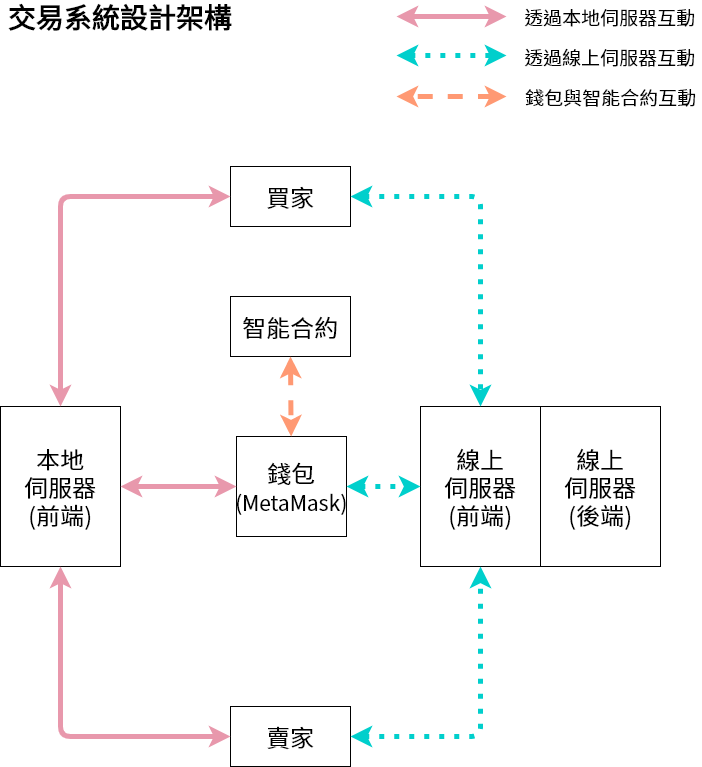
Above: 圖表/csie-SystemDesign.png in LiamHsu22/ShopP2P (draw.io), before the change. Source tidied: cells renumbered, new cells last; positions are measured from the earlier drawing's top-left corner, leaving out a move shared by most shapes.
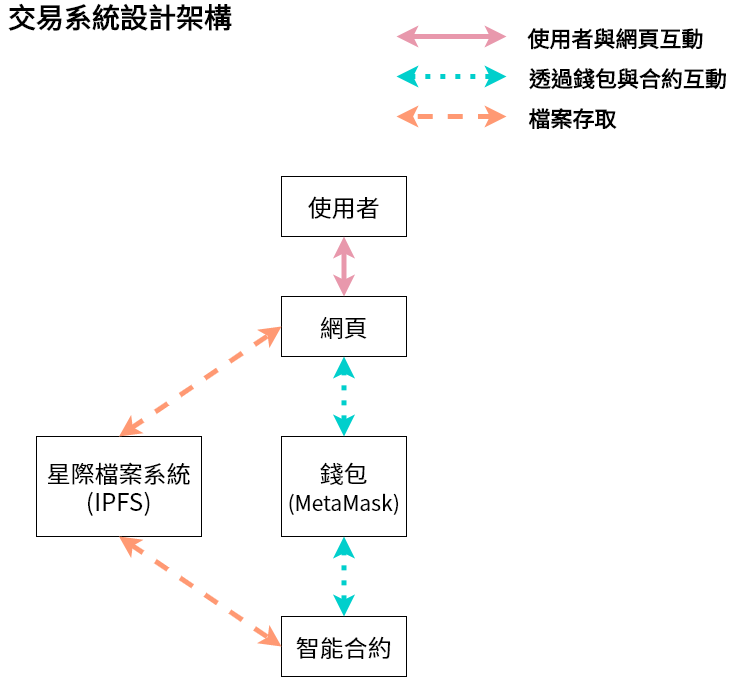
Later version of the same file.

Commit message:
修改報告書，圖片皆有更新

The edit, as a diff of the source:
```diff
@@ -2,96 +2,68 @@
   <root>
     <mxCell id="0" />
     <mxCell id="1" parent="0" />
-    <mxCell id="2" value="買家" style="rounded=0;whiteSpace=wrap;html=1;fontFamily=Noto Sans TC;fontSource=https%3A%2F%2Ffonts.googleapis.com%2Fcss%3Ffamily%3DNoto%2BSans%2BTC;fontSize=24;" parent="1" vertex="1">
-      <mxGeometry x="230" y="160" width="120" height="60" as="geometry" />
-    </mxCell>
-    <mxCell id="3" value="賣家" style="rounded=0;whiteSpace=wrap;html=1;fontFamily=Noto Sans TC;fontSource=https%3A%2F%2Ffonts.googleapis.com%2Fcss%3Ffamily%3DNoto%2BSans%2BTC;fontSize=24;" parent="1" vertex="1">
-      <mxGeometry x="230" y="700" width="120" height="60" as="geometry" />
-    </mxCell>
-    <mxCell id="4" value="本地&lt;br&gt;伺服器&lt;br&gt;(前端)" style="rounded=0;whiteSpace=wrap;html=1;fontFamily=Noto Sans TC;fontSource=https%3A%2F%2Ffonts.googleapis.com%2Fcss%3Ffamily%3DNoto%2BSans%2BTC;fontSize=24;" parent="1" vertex="1">
-      <mxGeometry y="400" width="120" height="160" as="geometry" />
-    </mxCell>
     <mxCell id="5" value="&lt;b&gt;&lt;font style=&quot;font-size: 28px&quot;&gt;交易系統設計架構&lt;/font&gt;&lt;/b&gt;" style="text;html=1;strokeColor=none;fillColor=none;align=center;verticalAlign=middle;whiteSpace=wrap;rounded=0;fontFamily=Noto Sans TC;fontSource=https%3A%2F%2Ffonts.googleapis.com%2Fcss%3Ffamily%3DNoto%2BSans%2BTC;fontSize=24;" parent="1" vertex="1">
       <mxGeometry width="240" height="20" as="geometry" />
     </mxCell>
-    <mxCell id="6" value="線上&lt;br&gt;伺服器&lt;br&gt;(後端)" style="rounded=0;whiteSpace=wrap;html=1;fontFamily=Noto Sans TC;fontSource=https%3A%2F%2Ffonts.googleapis.com%2Fcss%3Ffamily%3DNoto%2BSans%2BTC;fontSize=24;" parent="1" vertex="1">
-      <mxGeometry x="540" y="400" width="120" height="160" as="geometry" />
-    </mxCell>
     <mxCell id="7" value="錢包&lt;br&gt;&lt;font style=&quot;font-size: 21px&quot;&gt;(MetaMask)&lt;/font&gt;" style="rounded=0;whiteSpace=wrap;html=1;fontFamily=Noto Sans TC;fontSource=https%3A%2F%2Ffonts.googleapis.com%2Fcss%3Ffamily%3DNoto%2BSans%2BTC;fontSize=24;" parent="1" vertex="1">
-      <mxGeometry x="236" y="430" width="110" height="100" as="geometry" />
+      <mxGeometry x="281" y="430" width="125" height="100" as="geometry" />
     </mxCell>
-    <mxCell id="8" style="endArrow=classic;startArrow=classic;html=1;fontFamily=Noto Sans TC;fontSource=https%3A%2F%2Ffonts.googleapis.com%2Fcss%3Ffamily%3DNoto%2BSans%2BTC;fontSize=18;exitX=0;exitY=0.5;exitDx=0;exitDy=0;strokeWidth=5;entryX=0.5;entryY=0;entryDx=0;entryDy=0;strokeColor=#e898ac;" parent="1" edge="1" source="2" target="4">
-      <mxGeometry relative="1" as="geometry">
-        <Array as="points">
-          <mxPoint x="60" y="190" />
-        </Array>
-      </mxGeometry>
-    </mxCell>
-    <mxCell id="9" style="endArrow=classic;startArrow=classic;html=1;fontFamily=Noto Sans TC;fontSource=https%3A%2F%2Ffonts.googleapis.com%2Fcss%3Ffamily%3DNoto%2BSans%2BTC;fontSize=18;exitX=0.5;exitY=1;exitDx=0;exitDy=0;entryX=0;entryY=0.5;entryDx=0;entryDy=0;strokeWidth=5;strokeColor=#e898ac;" parent="1" edge="1" source="4" target="3">
-      <mxGeometry relative="1" as="geometry">
-        <Array as="points">
-          <mxPoint x="60" y="730" />
-        </Array>
-      </mxGeometry>
-    </mxCell>
-    <mxCell id="10" style="endArrow=classic;startArrow=classic;html=1;fontFamily=Noto Sans TC;fontSource=https%3A%2F%2Ffonts.googleapis.com%2Fcss%3Ffamily%3DNoto%2BSans%2BTC;fontSize=18;exitX=1;exitY=0.5;exitDx=0;exitDy=0;entryX=0;entryY=0.5;entryDx=0;entryDy=0;strokeWidth=5;strokeColor=#e898ac;" parent="1" edge="1" source="4" target="7">
-      <mxGeometry relative="1" as="geometry" />
-    </mxCell>
     <mxCell id="11" value="智能合約" style="rounded=0;whiteSpace=wrap;html=1;fontFamily=Noto Sans TC;fontSource=https%3A%2F%2Ffonts.googleapis.com%2Fcss%3Ffamily%3DNoto%2BSans%2BTC;fontSize=24;" parent="1" vertex="1">
-      <mxGeometry x="230" y="290" width="120" height="60" as="geometry" />
+      <mxGeometry x="281" y="610" width="125" height="60" as="geometry" />
     </mxCell>
-    <mxCell id="12" style="endArrow=classic;startArrow=classic;html=1;fontFamily=Noto Sans TC;fontSource=https%3A%2F%2Ffonts.googleapis.com%2Fcss%3Ffamily%3DNoto%2BSans%2BTC;fontSize=18;exitX=0.5;exitY=1;exitDx=0;exitDy=0;strokeWidth=5;dashed=1;strokeColor=#ff9973;" parent="1" edge="1" source="11" target="7">
-      <mxGeometry relative="1" as="geometry" />
-    </mxCell>
     <mxCell id="13" style="endArrow=classic;startArrow=classic;html=1;fontFamily=Noto Sans TC;fontSource=https%3A%2F%2Ffonts.googleapis.com%2Fcss%3Ffamily%3DNoto%2BSans%2BTC;fontSize=18;strokeWidth=5;strokeColor=#e898ac;" parent="1" edge="1">
       <mxGeometry relative="1" as="geometry">
-        <mxPoint x="396" y="10" as="sourcePoint" />
-        <mxPoint x="506" y="10" as="targetPoint" />
+        <mxPoint x="396" y="30" as="sourcePoint" />
+        <mxPoint x="506" y="30" as="targetPoint" />
       </mxGeometry>
     </mxCell>
     <mxCell id="14" style="endArrow=classic;startArrow=classic;html=1;fontFamily=Noto Sans TC;fontSource=https%3A%2F%2Ffonts.googleapis.com%2Fcss%3Ffamily%3DNoto%2BSans%2BTC;fontSize=18;strokeWidth=5;dashed=1;dashPattern=1 2;fillColor=#dae8fc;strokeColor=#00cfcc;" parent="1" edge="1">
       <mxGeometry relative="1" as="geometry">
-        <mxPoint x="396" y="49" as="sourcePoint" />
-        <mxPoint x="506" y="49" as="targetPoint" />
+        <mxPoint x="396" y="70" as="sourcePoint" />
+        <mxPoint x="506" y="70" as="targetPoint" />
       </mxGeometry>
     </mxCell>
     <mxCell id="15" style="endArrow=classic;startArrow=classic;html=1;fontFamily=Noto Sans TC;fontSource=https%3A%2F%2Ffonts.googleapis.com%2Fcss%3Ffamily%3DNoto%2BSans%2BTC;fontSize=18;strokeWidth=5;dashed=1;fillColor=#f8cecc;strokeColor=#ff9973;" parent="1" edge="1">
       <mxGeometry relative="1" as="geometry">
-        <mxPoint x="506" y="90" as="sourcePoint" />
-        <mxPoint x="396" y="90" as="targetPoint" />
+        <mxPoint x="506" y="110" as="sourcePoint" />
+        <mxPoint x="396" y="110" as="targetPoint" />
         <Array as="points">
-          <mxPoint x="476" y="90" />
+          <mxPoint x="476" y="110" />
         </Array>
       </mxGeometry>
     </mxCell>
-    <mxCell id="16" value="透過本地伺服器互動" style="text;html=1;strokeColor=none;fillColor=none;align=center;verticalAlign=middle;whiteSpace=wrap;rounded=0;fontFamily=Noto Sans TC;fontSource=https%3A%2F%2Ffonts.googleapis.com%2Fcss%3Ffamily%3DNoto%2BSans%2BTC;fontSize=19;" parent="1" vertex="1">
-      <mxGeometry x="523" width="173" height="20" as="geometry" />
+    <mxCell id="16" value="使用者與網頁互動" style="text;html=1;strokeColor=none;fillColor=none;align=center;verticalAlign=middle;whiteSpace=wrap;rounded=0;fontFamily=Noto Sans TC;fontSource=https%3A%2F%2Ffonts.googleapis.com%2Fcss%3Ffamily%3DNoto%2BSans%2BTC;fontSize=22;fontStyle=1;" parent="1" vertex="1">
+      <mxGeometry x="515" y="20" width="201" height="20" as="geometry" />
     </mxCell>
-    <mxCell id="17" value="錢包與智能合約互動" style="text;html=1;strokeColor=none;fillColor=none;align=center;verticalAlign=middle;whiteSpace=wrap;rounded=0;fontFamily=Noto Sans TC;fontSource=https%3A%2F%2Ffonts.googleapis.com%2Fcss%3Ffamily%3DNoto%2BSans%2BTC;fontSize=19;" parent="1" vertex="1">
-      <mxGeometry x="520" y="80" width="181" height="20" as="geometry" />
+    <mxCell id="17" value="檔案存取" style="text;html=1;strokeColor=none;fillColor=none;align=center;verticalAlign=middle;whiteSpace=wrap;rounded=0;fontFamily=Noto Sans TC;fontSource=https%3A%2F%2Ffonts.googleapis.com%2Fcss%3Ffamily%3DNoto%2BSans%2BTC;fontSize=22;fontStyle=1;" parent="1" vertex="1">
+      <mxGeometry x="520" y="100" width="105" height="20" as="geometry" />
     </mxCell>
-    <mxCell id="18" value="線上&lt;br&gt;伺服器&lt;br&gt;(前端)" style="rounded=0;whiteSpace=wrap;html=1;fontFamily=Noto Sans TC;fontSource=https%3A%2F%2Ffonts.googleapis.com%2Fcss%3Ffamily%3DNoto%2BSans%2BTC;fontSize=24;" parent="1" vertex="1">
-      <mxGeometry x="420" y="400" width="120" height="160" as="geometry" />
-    </mxCell>
-    <mxCell id="19" style="endArrow=classic;startArrow=classic;html=1;fontFamily=Noto Sans TC;fontSource=https%3A%2F%2Ffonts.googleapis.com%2Fcss%3Ffamily%3DNoto%2BSans%2BTC;fontSize=18;exitX=1;exitY=0.5;exitDx=0;exitDy=0;entryX=0;entryY=0.5;entryDx=0;entryDy=0;strokeWidth=5;dashed=1;dashPattern=1 2;strokeColor=#00cfcc;" parent="1" edge="1" source="7" target="18">
-      <mxGeometry relative="1" as="geometry" />
-    </mxCell>
-    <mxCell id="20" style="endArrow=classic;startArrow=classic;html=1;fontFamily=Noto Sans TC;fontSource=https%3A%2F%2Ffonts.googleapis.com%2Fcss%3Ffamily%3DNoto%2BSans%2BTC;fontSize=18;strokeWidth=5;dashed=1;dashPattern=1 2;fillColor=#dae8fc;entryX=0.5;entryY=1;entryDx=0;entryDy=0;exitX=1;exitY=0.5;exitDx=0;exitDy=0;strokeColor=#00cfcc;" parent="1" edge="1" source="3" target="18">
-      <mxGeometry relative="1" as="geometry">
-        <Array as="points">
-          <mxPoint x="480" y="730" />
-        </Array>
-      </mxGeometry>
-    </mxCell>
-    <mxCell id="21" style="endArrow=classic;startArrow=classic;html=1;fontFamily=Noto Sans TC;fontSource=https%3A%2F%2Ffonts.googleapis.com%2Fcss%3Ffamily%3DNoto%2BSans%2BTC;fontSize=18;strokeWidth=5;dashed=1;dashPattern=1 2;fillColor=#dae8fc;entryX=0.5;entryY=0;entryDx=0;entryDy=0;exitX=1;exitY=0.5;exitDx=0;exitDy=0;strokeColor=#00cfcc;" parent="1" edge="1" source="2" target="18">
-      <mxGeometry relative="1" as="geometry">
-        <Array as="points">
-          <mxPoint x="480" y="190" />
-        </Array>
-      </mxGeometry>
-    </mxCell>
-    <mxCell id="22" value="透過線上伺服器互動" style="text;html=1;strokeColor=none;fillColor=none;align=center;verticalAlign=middle;whiteSpace=wrap;rounded=0;fontFamily=Noto Sans TC;fontSource=https%3A%2F%2Ffonts.googleapis.com%2Fcss%3Ffamily%3DNoto%2BSans%2BTC;fontSize=19;" parent="1" vertex="1">
-      <mxGeometry x="523" y="40" width="173" height="20" as="geometry" />
+    <mxCell id="22" value="透過錢包與合約互動" style="text;html=1;strokeColor=none;fillColor=none;align=center;verticalAlign=middle;whiteSpace=wrap;rounded=0;fontFamily=Noto Sans TC;fontSource=https%3A%2F%2Ffonts.googleapis.com%2Fcss%3Ffamily%3DNoto%2BSans%2BTC;fontSize=22;fontStyle=1;" parent="1" vertex="1">
+      <mxGeometry x="520" y="60" width="216" height="20" as="geometry" />
     </mxCell>
+    <mxCell id="23" value="使用者" style="rounded=0;whiteSpace=wrap;html=1;fontFamily=Noto Sans TC;fontSource=https%3A%2F%2Ffonts.googleapis.com%2Fcss%3Ffamily%3DNoto%2BSans%2BTC;fontSize=24;" parent="1" vertex="1">
+      <mxGeometry x="281" y="170" width="125" height="60" as="geometry" />
+    </mxCell>
+    <mxCell id="24" value="網頁" style="rounded=0;whiteSpace=wrap;html=1;fontFamily=Noto Sans TC;fontSource=https%3A%2F%2Ffonts.googleapis.com%2Fcss%3Ffamily%3DNoto%2BSans%2BTC;fontSize=24;" parent="1" vertex="1">
+      <mxGeometry x="281" y="290" width="125" height="60" as="geometry" />
+    </mxCell>
+    <mxCell id="25" value="星際檔案系統&lt;br&gt;(IPFS)" style="rounded=0;whiteSpace=wrap;html=1;fontFamily=Noto Sans TC;fontSource=https%3A%2F%2Ffonts.googleapis.com%2Fcss%3Ffamily%3DNoto%2BSans%2BTC;fontSize=24;" parent="1" vertex="1">
+      <mxGeometry x="36" y="430" width="165" height="100" as="geometry" />
+    </mxCell>
+    <mxCell id="26" style="endArrow=classic;startArrow=classic;html=1;fontFamily=Noto Sans TC;fontSource=https%3A%2F%2Ffonts.googleapis.com%2Fcss%3Ffamily%3DNoto%2BSans%2BTC;fontSize=18;strokeWidth=5;strokeColor=#e898ac;exitX=0.5;exitY=1;exitDx=0;exitDy=0;entryX=0.5;entryY=0;entryDx=0;entryDy=0;" parent="1" edge="1" source="23" target="24">
+      <mxGeometry relative="1" as="geometry" />
+    </mxCell>
+    <mxCell id="27" style="endArrow=classic;startArrow=classic;html=1;fontFamily=Noto Sans TC;fontSource=https%3A%2F%2Ffonts.googleapis.com%2Fcss%3Ffamily%3DNoto%2BSans%2BTC;fontSize=18;strokeWidth=5;dashed=1;dashPattern=1 2;fillColor=#dae8fc;strokeColor=#00cfcc;exitX=0.5;exitY=1;exitDx=0;exitDy=0;entryX=0.5;entryY=0;entryDx=0;entryDy=0;" parent="1" edge="1" source="24" target="7">
+      <mxGeometry relative="1" as="geometry" />
+    </mxCell>
+    <mxCell id="28" style="endArrow=classic;startArrow=classic;html=1;fontFamily=Noto Sans TC;fontSource=https%3A%2F%2Ffonts.googleapis.com%2Fcss%3Ffamily%3DNoto%2BSans%2BTC;fontSize=18;strokeWidth=5;dashed=1;dashPattern=1 2;fillColor=#dae8fc;strokeColor=#00cfcc;exitX=0.5;exitY=1;exitDx=0;exitDy=0;entryX=0.5;entryY=0;entryDx=0;entryDy=0;" parent="1" edge="1" source="7" target="11">
+      <mxGeometry relative="1" as="geometry" />
+    </mxCell>
+    <mxCell id="29" style="endArrow=classic;startArrow=classic;html=1;fontFamily=Noto Sans TC;fontSource=https%3A%2F%2Ffonts.googleapis.com%2Fcss%3Ffamily%3DNoto%2BSans%2BTC;fontSize=18;strokeWidth=5;dashed=1;fillColor=#f8cecc;strokeColor=#ff9973;entryX=0;entryY=0.5;entryDx=0;entryDy=0;exitX=0.5;exitY=0;exitDx=0;exitDy=0;" parent="1" edge="1" source="25" target="24">
+      <mxGeometry relative="1" as="geometry" />
+    </mxCell>
+    <mxCell id="30" style="endArrow=classic;startArrow=classic;html=1;fontFamily=Noto Sans TC;fontSource=https%3A%2F%2Ffonts.googleapis.com%2Fcss%3Ffamily%3DNoto%2BSans%2BTC;fontSize=18;strokeWidth=5;dashed=1;fillColor=#f8cecc;strokeColor=#ff9973;entryX=0;entryY=0.5;entryDx=0;entryDy=0;exitX=0.5;exitY=1;exitDx=0;exitDy=0;" parent="1" edge="1" source="25" target="11">
+      <mxGeometry relative="1" as="geometry" />
+    </mxCell>
   </root>
 </mxGraphModel>
```
